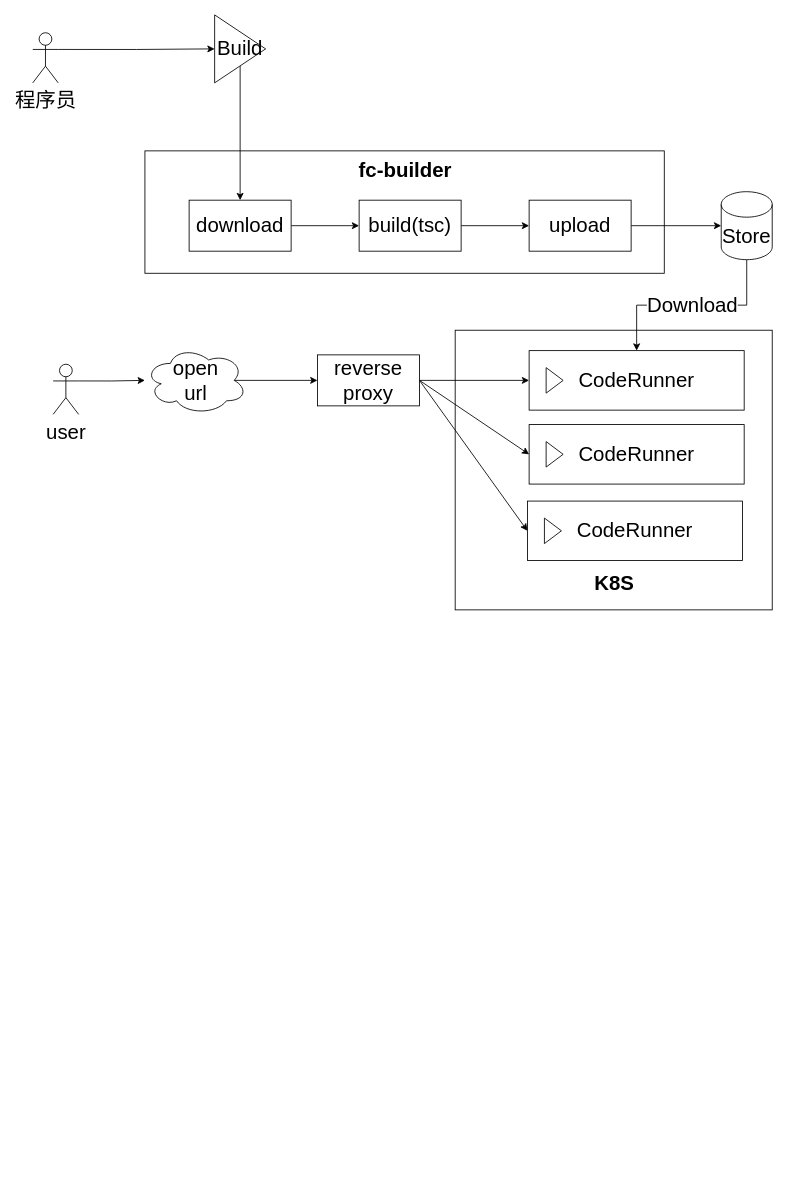
Earlier version of the draw.io diagram page "day 17" (18 of 19) of docs/架构课随堂.drawio (dohard-ma/skedo-courses). Source tidied: cells renumbered, new cells numbered last; positions are measured from the earlier drawing's top-left corner, leaving out a move shared by most shapes. Both pictures are drawn from the tidied source at 85%, with x=0, y=0 at pixel (32, 14).
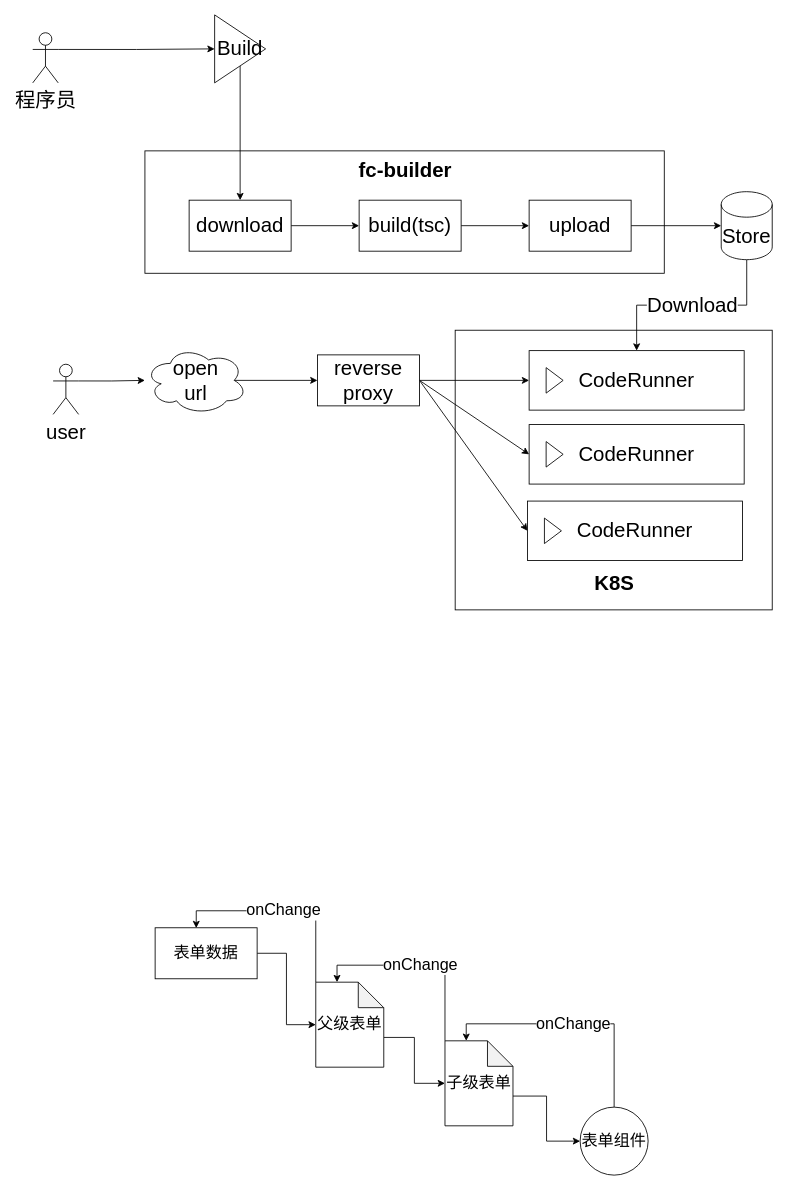
After the change.

What changed in the source:
```diff
@@
+    <mxCell id="32" style="edgeStyle=orthogonalEdgeStyle;rounded=0;jettySize=auto;html=1;exitX=1;exitY=0.5;exitDx=0;exitDy=0;entryX=0;entryY=0.5;entryDx=0;entryDy=0;entryPerimeter=0;fontSize=19;" parent="1" edge="1" source="33" target="36">
+      <mxGeometry relative="1" as="geometry" />
+    </mxCell>
+    <mxCell id="33" value="表单数据" style="rounded=0;whiteSpace=wrap;html=1;fontSize=19;" parent="1" vertex="1">
+      <mxGeometry x="144" y="1074" width="120" height="60" as="geometry" />
+    </mxCell>
+    <mxCell id="34" style="edgeStyle=orthogonalEdgeStyle;rounded=0;jettySize=auto;html=1;exitX=0;exitY=0;exitDx=80;exitDy=65;exitPerimeter=0;fontSize=19;" parent="1" edge="1" source="36" target="39">
+      <mxGeometry relative="1" as="geometry" />
+    </mxCell>
+    <mxCell id="35" value="onChange" style="edgeStyle=orthogonalEdgeStyle;rounded=0;jettySize=auto;html=1;exitX=0;exitY=0;exitDx=0;exitDy=0;exitPerimeter=0;entryX=0.403;entryY=0.006;entryDx=0;entryDy=0;entryPerimeter=0;fontSize=19;" parent="1" edge="1" source="36" target="33">
+      <mxGeometry relative="1" as="geometry" />
+    </mxCell>
+    <mxCell id="36" value="父级表单" style="shape=note;whiteSpace=wrap;html=1;backgroundOutline=1;darkOpacity=0.05;fontSize=19;" parent="1" vertex="1">
+      <mxGeometry x="333" y="1138" width="80" height="100" as="geometry" />
+    </mxCell>
+    <mxCell id="37" style="edgeStyle=orthogonalEdgeStyle;rounded=0;jettySize=auto;html=1;exitX=0;exitY=0;exitDx=80;exitDy=65;exitPerimeter=0;fontSize=19;" parent="1" edge="1" source="39" target="41">
+      <mxGeometry relative="1" as="geometry" />
+    </mxCell>
+    <mxCell id="38" value="onChange" style="edgeStyle=orthogonalEdgeStyle;rounded=0;jettySize=auto;html=1;exitX=0;exitY=0;exitDx=0;exitDy=0;exitPerimeter=0;entryX=0;entryY=0;entryDx=25;entryDy=0;entryPerimeter=0;fontSize=19;" parent="1" edge="1" source="39" target="36">
+      <mxGeometry relative="1" as="geometry" />
+    </mxCell>
+    <mxCell id="39" value="子级表单" style="shape=note;whiteSpace=wrap;html=1;backgroundOutline=1;darkOpacity=0.05;fontSize=19;" parent="1" vertex="1">
+      <mxGeometry x="485" y="1207" width="80" height="100" as="geometry" />
+    </mxCell>
+    <mxCell id="40" value="onChange" style="edgeStyle=orthogonalEdgeStyle;rounded=0;jettySize=auto;html=1;exitX=0.5;exitY=0;exitDx=0;exitDy=0;entryX=0;entryY=0;entryDx=25;entryDy=0;entryPerimeter=0;fontSize=19;" parent="1" edge="1" source="41" target="39">
+      <mxGeometry relative="1" as="geometry" />
+    </mxCell>
+    <mxCell id="41" value="表单组件" style="ellipse;whiteSpace=wrap;html=1;fontSize=19;" parent="1" vertex="1">
+      <mxGeometry x="644" y="1285" width="80" height="80" as="geometry" />
+    </mxCell>
```
